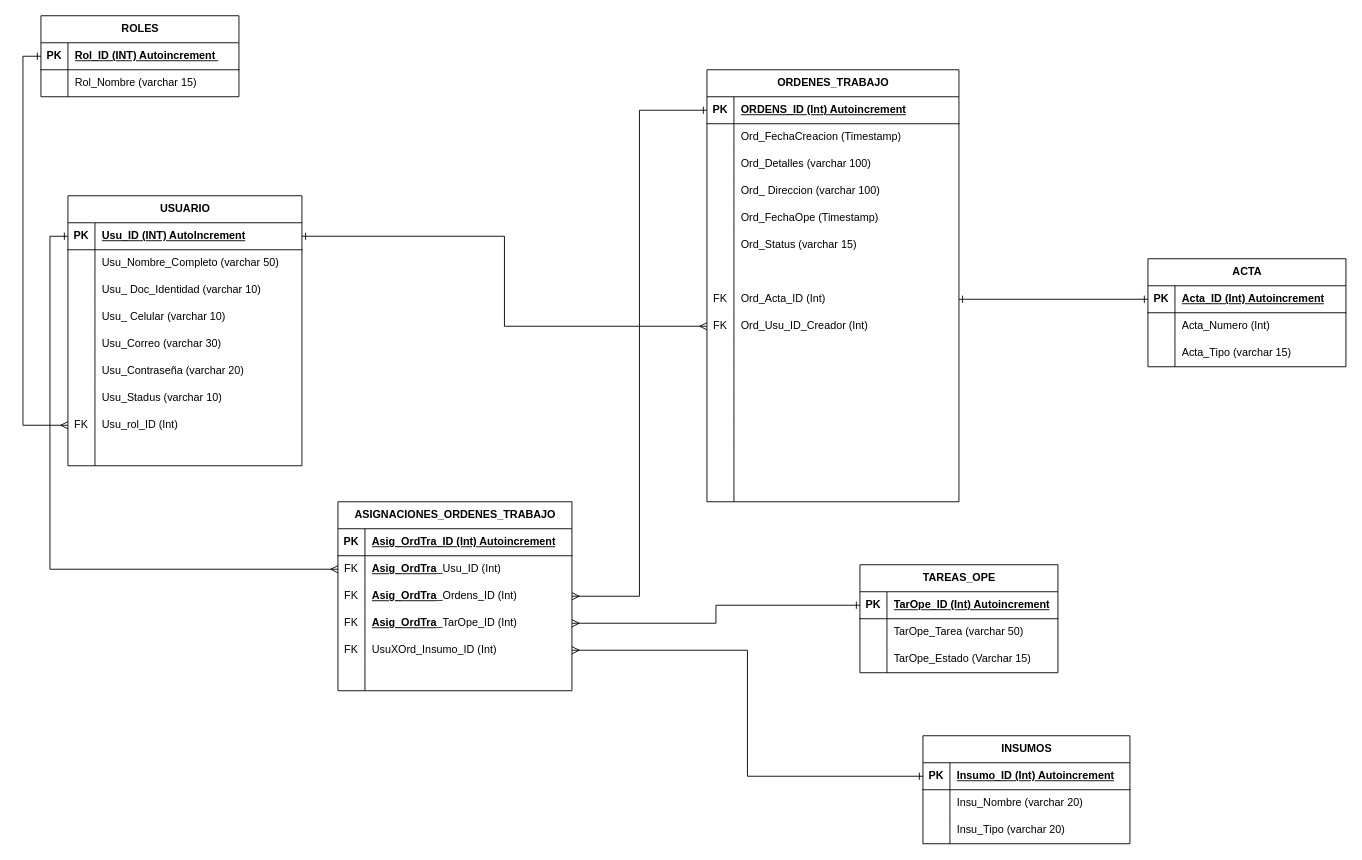
This is MODELO FISICO BASE DE DATOS.drawio from Jottapar/Curso, a draw.io file, before an edit. Source tidied: cells renumbered, new cells numbered last; positions are measured from the earlier drawing's top-left corner, leaving out a move shared by most shapes. Both pictures are drawn from the tidied source at 90%, with x=0, y=0 at pixel (40, 15).
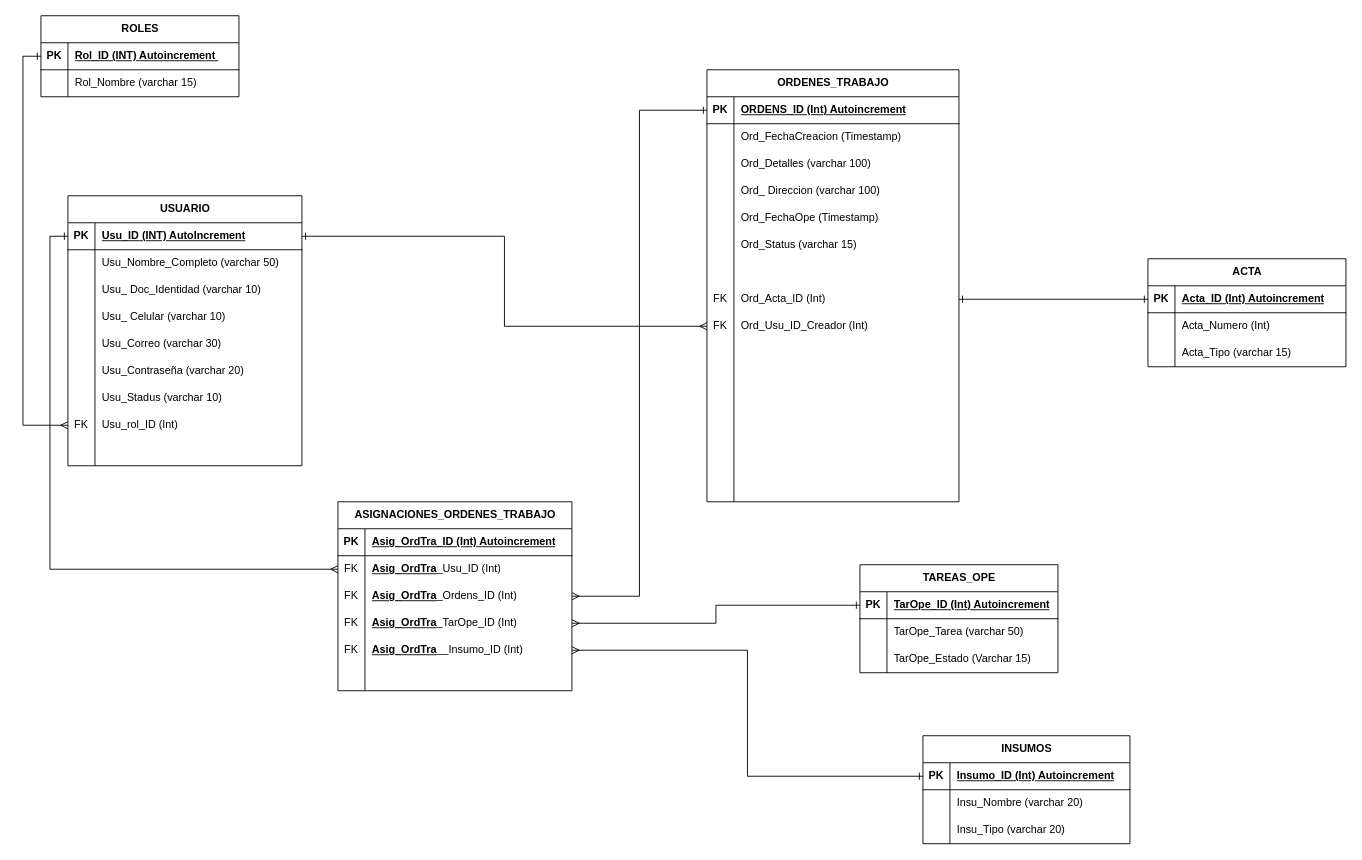
The same page after the edit.

The change refers to these unchanged cells:
```xml
<mxCell id="109" style="shape=tableRow;horizontal=0;startSize=0;swimlaneHead=0;swimlaneBody=0;fillColor=none;points=[[0,0.5],[1,0.5]];portConstraint=eastwest;top=0;left=0;right=0;bottom=0;" parent="96" vertex="1">
  <mxGeometry y="150" width="260" height="30" as="geometry" />
</mxCell>
```

Change to the diagram source:
```diff
@@
-    <mxCell id="111" value="UsuXOrd_Insumo_ID (Int)" style="shape=partialRectangle;fillColor=none;top=0;left=0;bottom=0;right=0;align=left;spacingLeft=6;overflow=hidden;whiteSpace=wrap;html=1;" parent="109" vertex="1">
+    <mxCell id="111" value="&lt;span style=&quot;text-decoration-line: underline; font-weight: 700;&quot;&gt;Asig_OrdTra&lt;/span&gt;__Insumo_ID (Int)" style="shape=partialRectangle;fillColor=none;top=0;left=0;bottom=0;right=0;align=left;spacingLeft=6;overflow=hidden;whiteSpace=wrap;html=1;" parent="109" vertex="1">
       <mxGeometry x="30" width="230" height="30" as="geometry" />
     </mxCell>
```
